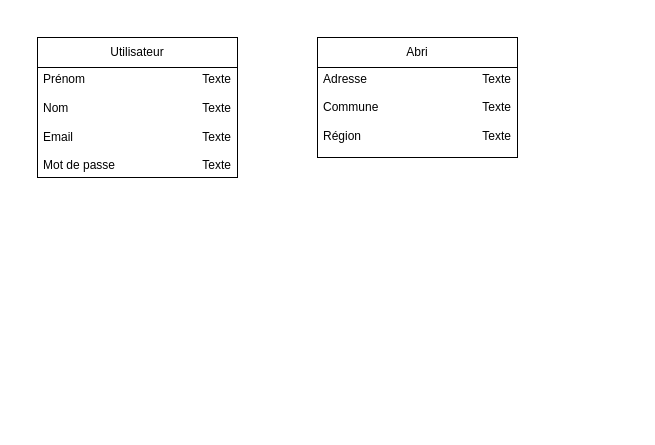
This is Documentations/MCD.drawio from StojilovicIvan/PreTPI23, a draw.io file, before an edit. Source tidied: cells renumbered, new cells numbered last; positions are measured from the earlier drawing's top-left corner, leaving out a move shared by most shapes. Both pictures are drawn from the tidied source at 100%, with x=0, y=0 at pixel (37, 37).
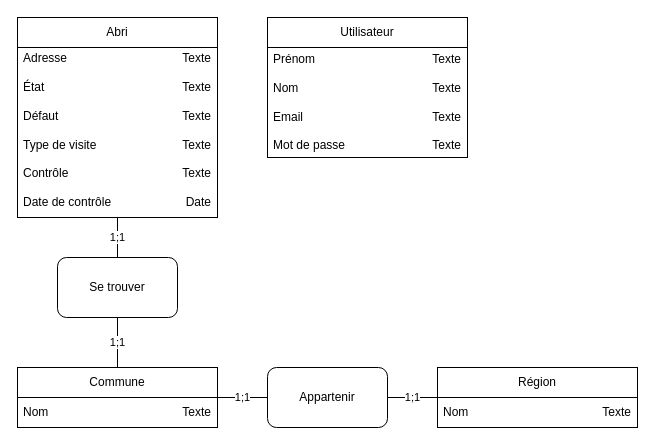
The same diagram, later.

Diff of the diagram source:
```diff
@@
     <mxCell id="2" style="rounded=0;whiteSpace=wrap;html=1;" parent="1" vertex="1">
-      <mxGeometry width="200" height="140" as="geometry" />
+      <mxGeometry x="230" y="-20" width="200" height="140" as="geometry" />
     </mxCell>
     <mxCell id="3" value="Utilisateur" style="rounded=0;whiteSpace=wrap;html=1;" parent="1" vertex="1">
-      <mxGeometry width="200" height="30" as="geometry" />
+      <mxGeometry x="230" y="-20" width="200" height="30" as="geometry" />
     </mxCell>
     <mxCell id="4" value="Prénom&lt;br&gt;&lt;br&gt;Nom&lt;br&gt;&lt;br&gt;Email&lt;br&gt;&lt;br&gt;Mot de passe" style="text;strokeColor=none;fillColor=none;align=left;verticalAlign=middle;spacingLeft=4;spacingRight=4;overflow=hidden;whiteSpace=wrap;html=1;" parent="1" vertex="1">
-      <mxGeometry y="30" width="90" height="110" as="geometry" />
+      <mxGeometry x="230" y="10" width="90" height="110" as="geometry" />
     </mxCell>
     <mxCell id="5" value="Texte&lt;br&gt;&lt;br&gt;Texte&lt;br&gt;&lt;br&gt;Texte&lt;br&gt;&lt;br&gt;Texte" style="text;strokeColor=none;fillColor=none;align=right;verticalAlign=middle;spacingLeft=4;spacingRight=4;overflow=hidden;whiteSpace=wrap;html=1;" parent="1" vertex="1">
-      <mxGeometry x="120" y="30" width="80" height="110" as="geometry" />
+      <mxGeometry x="350" y="10" width="80" height="110" as="geometry" />
     </mxCell>
     <mxCell id="6" style="rounded=0;whiteSpace=wrap;html=1;" parent="1" vertex="1">
-      <mxGeometry x="280" width="200" height="120" as="geometry" />
+      <mxGeometry x="-20" y="-20" width="200" height="200" as="geometry" />
     </mxCell>
     <mxCell id="7" value="Abri" style="rounded=0;whiteSpace=wrap;html=1;" parent="1" vertex="1">
-      <mxGeometry x="280" width="200" height="30" as="geometry" />
+      <mxGeometry x="-20" y="-20" width="200" height="30" as="geometry" />
     </mxCell>
-    <mxCell id="8" value="Adresse&lt;br&gt;&lt;br&gt;Commune&lt;br&gt;&lt;br&gt;Région" style="text;strokeColor=none;fillColor=none;align=left;verticalAlign=middle;spacingLeft=4;spacingRight=4;overflow=hidden;whiteSpace=wrap;html=1;" parent="1" vertex="1">
-      <mxGeometry x="280" y="30" width="80" height="80" as="geometry" />
+    <mxCell id="8" value="Adresse&lt;br&gt;&lt;br&gt;État&lt;br&gt;&lt;br&gt;Défaut&lt;br&gt;&lt;br&gt;Type de visite&lt;br&gt;&lt;br&gt;Contrôle&lt;br&gt;&lt;br&gt;Date de contrôle" style="text;strokeColor=none;fillColor=none;align=left;verticalAlign=middle;spacingLeft=4;spacingRight=4;overflow=hidden;whiteSpace=wrap;html=1;" parent="1" vertex="1">
+      <mxGeometry x="-20" y="10" width="100" height="165" as="geometry" />
     </mxCell>
-    <mxCell id="9" value="Texte&lt;br&gt;&lt;br&gt;Texte&lt;br&gt;&lt;br&gt;Texte" style="text;strokeColor=none;fillColor=none;align=right;verticalAlign=middle;spacingLeft=4;spacingRight=4;overflow=hidden;whiteSpace=wrap;html=1;" parent="1" vertex="1">
-      <mxGeometry x="400" y="30" width="80" height="80" as="geometry" />
+    <mxCell id="9" value="Texte&lt;br&gt;&lt;br&gt;Texte&lt;br&gt;&lt;br&gt;Texte&lt;br&gt;&lt;br&gt;Texte&lt;br&gt;&lt;br&gt;Texte&lt;br&gt;&lt;br&gt;Date" style="text;strokeColor=none;fillColor=none;align=right;verticalAlign=middle;spacingLeft=4;spacingRight=4;overflow=hidden;whiteSpace=wrap;html=1;" parent="1" vertex="1">
+      <mxGeometry x="80" y="10" width="100" height="165" as="geometry" />
     </mxCell>
+    <mxCell id="10" style="rounded=0;whiteSpace=wrap;html=1;" parent="1" vertex="1">
+      <mxGeometry x="-20" y="330" width="200" height="60" as="geometry" />
+    </mxCell>
+    <mxCell id="11" value="Commune" style="rounded=0;whiteSpace=wrap;html=1;" parent="1" vertex="1">
+      <mxGeometry x="-20" y="330" width="200" height="30" as="geometry" />
+    </mxCell>
+    <mxCell id="12" value="Nom" style="text;strokeColor=none;fillColor=none;align=left;verticalAlign=middle;spacingLeft=4;spacingRight=4;overflow=hidden;whiteSpace=wrap;html=1;" parent="1" vertex="1">
+      <mxGeometry x="-20" y="360" width="100" height="30" as="geometry" />
+    </mxCell>
+    <mxCell id="13" value="Texte" style="text;strokeColor=none;fillColor=none;align=right;verticalAlign=middle;spacingLeft=4;spacingRight=4;overflow=hidden;whiteSpace=wrap;html=1;" parent="1" vertex="1">
+      <mxGeometry x="80" y="360" width="100" height="30" as="geometry" />
+    </mxCell>
+    <mxCell id="14" style="rounded=0;whiteSpace=wrap;html=1;" parent="1" vertex="1">
+      <mxGeometry x="400" y="330" width="200" height="60" as="geometry" />
+    </mxCell>
+    <mxCell id="15" value="Région" style="rounded=0;whiteSpace=wrap;html=1;" parent="1" vertex="1">
+      <mxGeometry x="400" y="330" width="200" height="30" as="geometry" />
+    </mxCell>
+    <mxCell id="16" value="Nom" style="text;strokeColor=none;fillColor=none;align=left;verticalAlign=middle;spacingLeft=4;spacingRight=4;overflow=hidden;whiteSpace=wrap;html=1;" parent="1" vertex="1">
+      <mxGeometry x="400" y="360" width="100" height="30" as="geometry" />
+    </mxCell>
+    <mxCell id="17" value="Texte" style="text;strokeColor=none;fillColor=none;align=right;verticalAlign=middle;spacingLeft=4;spacingRight=4;overflow=hidden;whiteSpace=wrap;html=1;" parent="1" vertex="1">
+      <mxGeometry x="500" y="360" width="100" height="30" as="geometry" />
+    </mxCell>
+    <mxCell id="18" value="Se trouver" style="rounded=1;whiteSpace=wrap;html=1;" parent="1" vertex="1">
+      <mxGeometry x="20" y="220" width="120" height="60" as="geometry" />
+    </mxCell>
+    <mxCell id="19" value="1;1" style="endArrow=none;html=1;rounded=0;entryX=0.5;entryY=1;entryDx=0;entryDy=0;" parent="1" edge="1" target="6">
+      <mxGeometry relative="1" as="geometry">
+        <mxPoint x="80" y="220" as="sourcePoint" />
+      </mxGeometry>
+    </mxCell>
+    <mxCell id="20" value="Appartenir" style="rounded=1;whiteSpace=wrap;html=1;" parent="1" vertex="1">
+      <mxGeometry x="230" y="330" width="120" height="60" as="geometry" />
+    </mxCell>
+    <mxCell id="21" value="1;1" style="endArrow=none;html=1;rounded=0;entryX=0.5;entryY=1;entryDx=0;entryDy=0;" parent="1" edge="1" target="18">
+      <mxGeometry relative="1" as="geometry">
+        <mxPoint x="80" y="330" as="sourcePoint" />
+      </mxGeometry>
+    </mxCell>
+    <mxCell id="22" value="1;1" style="endArrow=none;html=1;rounded=0;entryX=0;entryY=0.5;entryDx=0;entryDy=0;exitX=1;exitY=0.5;exitDx=0;exitDy=0;" parent="1" edge="1" source="10" target="20">
+      <mxGeometry relative="1" as="geometry" />
+    </mxCell>
+    <mxCell id="23" value="1;1" style="endArrow=none;html=1;rounded=0;exitX=1;exitY=0.5;exitDx=0;exitDy=0;entryX=0;entryY=0.5;entryDx=0;entryDy=0;" parent="1" edge="1" source="20" target="14">
+      <mxGeometry relative="1" as="geometry" />
+    </mxCell>
```
